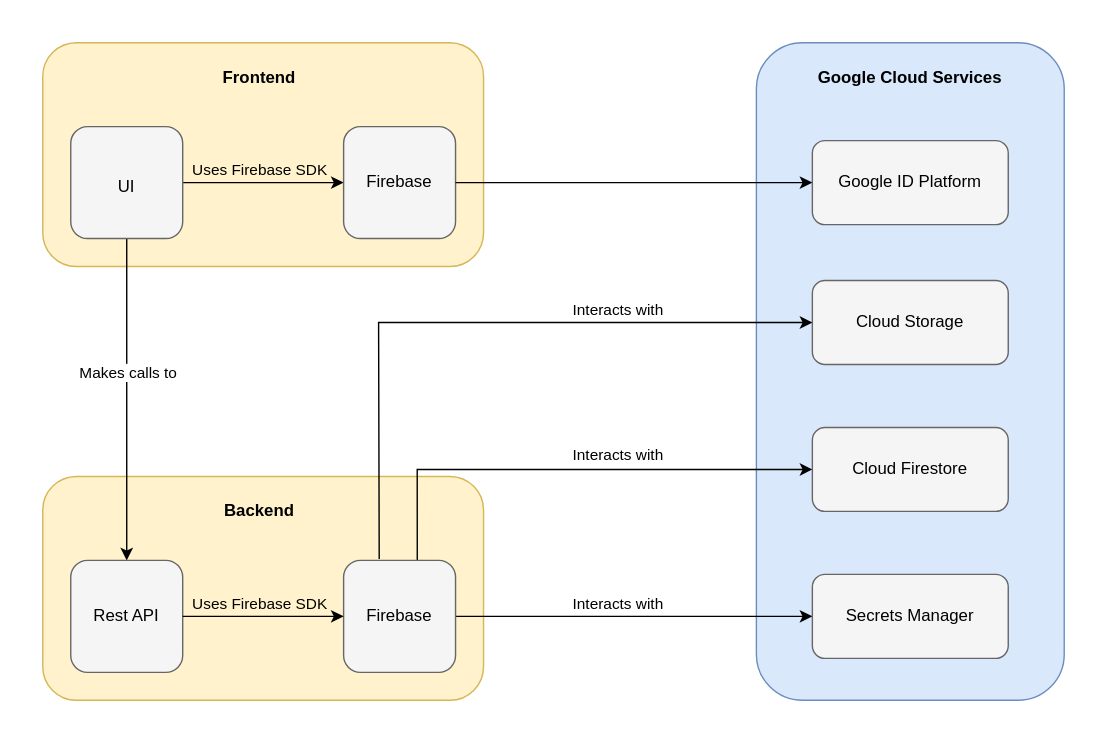
Above: architecture_diagram.svg in benjamin-kiddie/CS-1660-Project-Frontend (draw.io), before the change. Source tidied: cells renumbered, new cells last; positions are measured from the earlier drawing's top-left corner, leaving out a move shared by most shapes.
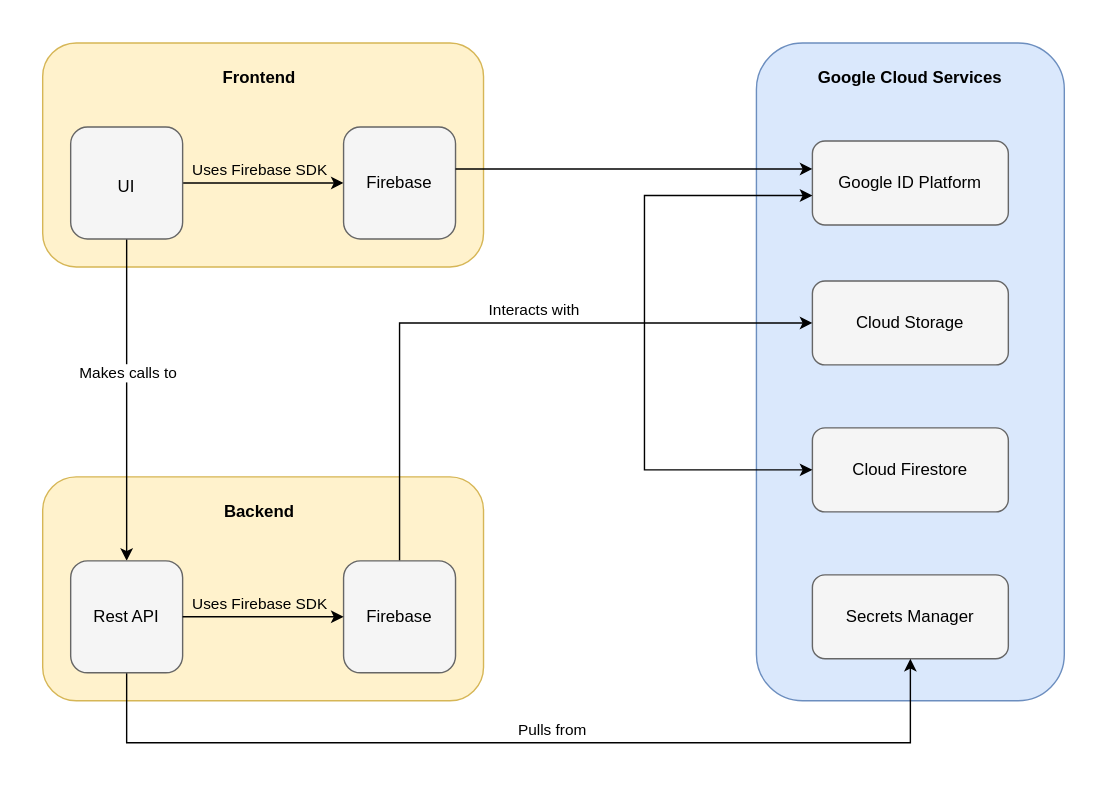
After the commit.

What changed in the source:
```diff
@@ -1,4 +1,4 @@
-<mxGraphModel>
+<mxGraphModel background="#ffffff">
   <root>
     <mxCell id="0" />
     <mxCell id="1" parent="0" />
@@ -72,41 +72,46 @@
     <mxCell id="23" value="Firebase" style="text;html=1;align=center;verticalAlign=middle;whiteSpace=wrap;rounded=0;" parent="1" vertex="1">
       <mxGeometry x="220" y="85" width="70" height="30" as="geometry" />
     </mxCell>
-    <mxCell id="24" style="edgeStyle=orthogonalEdgeStyle;rounded=0;jettySize=auto;html=1;exitX=0.318;exitY=-0.012;exitDx=0;exitDy=0;entryX=0;entryY=0.5;entryDx=0;entryDy=0;exitPerimeter=0;" parent="1" edge="1" source="30" target="5">
+    <mxCell id="24" style="edgeStyle=orthogonalEdgeStyle;rounded=0;jettySize=auto;html=1;entryX=0;entryY=0.5;entryDx=0;entryDy=0;exitX=0.5;exitY=0;exitDx=0;exitDy=0;" parent="1" edge="1" source="30" target="5">
       <mxGeometry relative="1" as="geometry">
         <Array as="points">
-          <mxPoint x="240" y="370" />
-          <mxPoint x="240" y="230" />
+          <mxPoint x="255" y="200" />
         </Array>
       </mxGeometry>
     </mxCell>
     <mxCell id="25" value="Interacts with" style="edgeLabel;html=1;align=center;verticalAlign=middle;labelBackgroundColor=none;" parent="24" vertex="1">
       <mxGeometry x="0.13" relative="1" as="geometry">
-        <mxPoint x="69" y="-10" as="offset" />
+        <mxPoint x="2" y="-10" as="offset" />
       </mxGeometry>
     </mxCell>
-    <mxCell id="26" style="edgeStyle=orthogonalEdgeStyle;rounded=0;jettySize=auto;html=1;exitX=1;exitY=0.5;exitDx=0;exitDy=0;entryX=0;entryY=0.5;entryDx=0;entryDy=0;" parent="1" edge="1" source="30" target="7">
-      <mxGeometry relative="1" as="geometry" />
-    </mxCell>
-    <mxCell id="27" value="Interacts with" style="edgeLabel;html=1;align=center;verticalAlign=middle;" parent="26" vertex="1">
-      <mxGeometry x="-0.15" y="-1" relative="1" as="geometry">
-        <mxPoint x="6" y="-11" as="offset" />
-      </mxGeometry>
-    </mxCell>
-    <mxCell id="28" style="edgeStyle=orthogonalEdgeStyle;rounded=0;jettySize=auto;html=1;exitX=0.658;exitY=0.005;exitDx=0;exitDy=0;entryX=0;entryY=0.5;entryDx=0;entryDy=0;exitPerimeter=0;" parent="1" edge="1" source="30" target="6">
-      <mxGeometry relative="1" as="geometry" />
-    </mxCell>
-    <mxCell id="29" value="Interacts with" style="edgeLabel;html=1;align=center;verticalAlign=middle;" parent="28" vertex="1">
-      <mxGeometry relative="1" as="geometry">
-        <mxPoint x="34" y="-11" as="offset" />
-      </mxGeometry>
-    </mxCell>
     <mxCell id="30" style="rounded=1;whiteSpace=wrap;html=1;fillColor=#f5f5f5;fontColor=#333333;strokeColor=#666666;" parent="1" vertex="1">
       <mxGeometry x="215" y="370" width="80" height="80" as="geometry" />
     </mxCell>
+    <mxCell id="37" style="edgeStyle=orthogonalEdgeStyle;rounded=0;jettySize=auto;html=1;entryX=0;entryY=0.5;entryDx=0;entryDy=0;" parent="1" edge="1" target="6">
+      <mxGeometry relative="1" as="geometry">
+        <mxPoint x="430" y="200" as="sourcePoint" />
+        <Array as="points">
+          <mxPoint x="430" y="220" />
+          <mxPoint x="430" y="305" />
+        </Array>
+      </mxGeometry>
+    </mxCell>
     <mxCell id="31" value="Firebase" style="text;html=1;align=center;verticalAlign=middle;whiteSpace=wrap;rounded=0;" parent="1" vertex="1">
       <mxGeometry x="220" y="395" width="70" height="30" as="geometry" />
     </mxCell>
+    <mxCell id="38" style="edgeStyle=orthogonalEdgeStyle;rounded=0;jettySize=auto;html=1;entryX=0.5;entryY=1;entryDx=0;entryDy=0;" parent="1" edge="1" source="32" target="7">
+      <mxGeometry relative="1" as="geometry">
+        <Array as="points">
+          <mxPoint x="60" y="500" />
+          <mxPoint x="620" y="500" />
+        </Array>
+      </mxGeometry>
+    </mxCell>
+    <mxCell id="39" value="Pulls from" style="edgeLabel;html=1;align=center;verticalAlign=middle;" parent="38" vertex="1">
+      <mxGeometry x="-0.02" y="3" relative="1" as="geometry">
+        <mxPoint x="26" y="-7" as="offset" />
+      </mxGeometry>
+    </mxCell>
     <mxCell id="32" style="rounded=1;whiteSpace=wrap;html=1;fillColor=#f5f5f5;fontColor=#333333;strokeColor=#666666;" parent="1" vertex="1">
       <mxGeometry x="20" y="370" width="80" height="80" as="geometry" />
     </mxCell>
@@ -124,8 +129,21 @@
         <mxPoint x="9" y="-9" as="offset" />
       </mxGeometry>
     </mxCell>
-    <mxCell id="36" style="edgeStyle=orthogonalEdgeStyle;rounded=0;jettySize=auto;html=1;exitX=1;exitY=0.5;exitDx=0;exitDy=0;entryX=0;entryY=0.5;entryDx=0;entryDy=0;" parent="1" edge="1" source="22" target="4">
-      <mxGeometry relative="1" as="geometry" />
+    <mxCell id="36" style="edgeStyle=orthogonalEdgeStyle;rounded=0;jettySize=auto;html=1;exitX=1;exitY=0.375;exitDx=0;exitDy=0;exitPerimeter=0;" parent="1" edge="1" source="22">
+      <mxGeometry relative="1" as="geometry">
+        <mxPoint x="550" y="90" as="targetPoint" />
+        <Array as="points">
+          <mxPoint x="550" y="90" />
+        </Array>
+      </mxGeometry>
     </mxCell>
+    <mxCell id="40" style="edgeStyle=orthogonalEdgeStyle;rounded=0;jettySize=auto;html=1;entryX=0;entryY=0.65;entryDx=0;entryDy=0;entryPerimeter=0;" parent="1" edge="1" target="4">
+      <mxGeometry relative="1" as="geometry">
+        <mxPoint x="430" y="200" as="sourcePoint" />
+        <Array as="points">
+          <mxPoint x="430" y="109" />
+        </Array>
+      </mxGeometry>
+    </mxCell>
   </root>
 </mxGraphModel>
```
